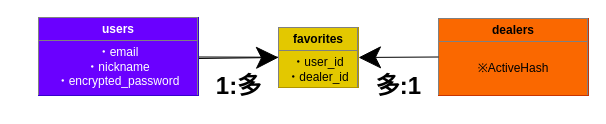
Above: page "ページ1" (1 of 2) of quickbuyer.dio in unagianago/quickbuyer (draw.io), before the change. Source tidied: cells renumbered, new cells numbered last; positions are measured from the earlier drawing's top-left corner, leaving out a move shared by most shapes. Both pictures are drawn from the tidied source at 100%, with x=0, y=0 at pixel (38, 17).
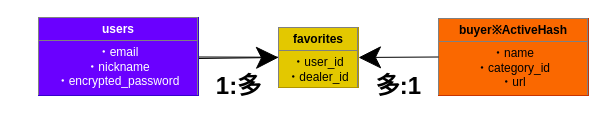
After the change.

What changed in the source:
```diff
@@
 <mxGraphModel>
   <root>
     <mxCell id="0" />
     <mxCell id="1" parent="0" />
     <mxCell id="2" style="edgeStyle=none;html=1;exitX=1;exitY=0.5;exitDx=0;exitDy=0;entryX=0;entryY=0.5;entryDx=0;entryDy=0;endSize=20;" parent="1" edge="1" target="5">
       <mxGeometry relative="1" as="geometry">
         <mxPoint x="160" y="41" as="sourcePoint" />
       </mxGeometry>
     </mxCell>
-    <mxCell id="3" value="&lt;table border=&quot;1&quot; width=&quot;100%&quot; height=&quot;100%&quot; cellpadding=&quot;4&quot; style=&quot;width:100%;height:100%;border-collapse:collapse;&quot;&gt;&lt;tbody&gt;&lt;tr&gt;&lt;th align=&quot;center&quot;&gt;dealers&lt;/th&gt;&lt;/tr&gt;&lt;tr&gt;&lt;td align=&quot;center&quot;&gt;&lt;br&gt;※ActiveHash&lt;br&gt;&lt;br&gt;&lt;br&gt;&lt;br&gt;&lt;br&gt;&lt;/td&gt;&lt;/tr&gt;&lt;tr&gt;&lt;td align=&quot;center&quot;&gt;&lt;br&gt;&lt;/td&gt;&lt;/tr&gt;&lt;/tbody&gt;&lt;/table&gt;" style="text;html=1;whiteSpace=wrap;strokeColor=#C73500;fillColor=#fa6800;overflow=fill;fontColor=#000000;" parent="1" vertex="1">
+    <mxCell id="3" value="&lt;table border=&quot;1&quot; width=&quot;100%&quot; height=&quot;100%&quot; cellpadding=&quot;4&quot; style=&quot;width:100%;height:100%;border-collapse:collapse;&quot;&gt;&lt;tbody&gt;&lt;tr&gt;&lt;th align=&quot;center&quot;&gt;buyer※ActiveHash&lt;/th&gt;&lt;/tr&gt;&lt;tr&gt;&lt;td align=&quot;center&quot;&gt;・name&lt;br&gt;・category_id&lt;br&gt;・url&lt;br&gt;&lt;br&gt;&lt;br&gt;&lt;br&gt;&lt;br&gt;&lt;br&gt;&lt;/td&gt;&lt;/tr&gt;&lt;tr&gt;&lt;td align=&quot;center&quot;&gt;&lt;br&gt;&lt;/td&gt;&lt;/tr&gt;&lt;/tbody&gt;&lt;/table&gt;" style="text;html=1;whiteSpace=wrap;strokeColor=#C73500;fillColor=#fa6800;overflow=fill;fontColor=#000000;" parent="1" vertex="1">
       <mxGeometry x="400" y="1" width="150" height="77" as="geometry" />
     </mxCell>
     <mxCell id="4" style="edgeStyle=none;html=1;endSize=20;entryX=1;entryY=0.5;entryDx=0;entryDy=0;exitX=0;exitY=0.5;exitDx=0;exitDy=0;startArrow=none;" parent="1" edge="1" source="8" target="5">
       <mxGeometry relative="1" as="geometry" />
     </mxCell>
     <mxCell id="5" value="&lt;table border=&quot;1&quot; width=&quot;100%&quot; height=&quot;100%&quot; cellpadding=&quot;4&quot; style=&quot;width:100%;height:100%;border-collapse:collapse;&quot;&gt;&lt;tbody&gt;&lt;tr&gt;&lt;th align=&quot;center&quot;&gt;favorites&lt;/th&gt;&lt;/tr&gt;&lt;tr&gt;&lt;td align=&quot;center&quot;&gt;・user_id&lt;br&gt;・dealer_id&lt;br&gt;&lt;br&gt;&lt;br&gt;&lt;br&gt;&lt;br&gt;&lt;br&gt;&lt;br&gt;&lt;br&gt;&lt;/td&gt;&lt;/tr&gt;&lt;tr&gt;&lt;td align=&quot;center&quot;&gt;&lt;br&gt;&lt;/td&gt;&lt;/tr&gt;&lt;/tbody&gt;&lt;/table&gt;" style="text;html=1;whiteSpace=wrap;strokeColor=#B09500;fillColor=#e3c800;overflow=fill;fontColor=#000000;" parent="1" vertex="1">
       <mxGeometry x="240" y="10" width="80" height="60" as="geometry" />
     </mxCell>
     <mxCell id="6" value="多:1" style="text;strokeColor=none;fillColor=none;html=1;fontSize=24;fontStyle=1;verticalAlign=middle;align=center;direction=south;flipV=1;flipH=1;horizontal=0;rotation=90;" parent="1" vertex="1">
       <mxGeometry x="340" y="21" width="40" height="96" as="geometry" />
     </mxCell>
     <mxCell id="7" value="1:多" style="text;strokeColor=none;fillColor=none;html=1;fontSize=24;fontStyle=1;verticalAlign=middle;align=center;direction=south;flipV=1;flipH=1;horizontal=0;rotation=90;" parent="1" vertex="1">
       <mxGeometry x="180" y="21" width="40" height="96" as="geometry" />
     </mxCell>
     <mxCell id="8" value="&lt;table border=&quot;1&quot; width=&quot;100%&quot; height=&quot;100%&quot; cellpadding=&quot;4&quot; style=&quot;width:100%;height:100%;border-collapse:collapse;&quot;&gt;&lt;tbody&gt;&lt;tr&gt;&lt;th align=&quot;center&quot;&gt;users&lt;/th&gt;&lt;/tr&gt;&lt;tr&gt;&lt;td align=&quot;center&quot;&gt;・email &lt;br&gt;・nickname&lt;br&gt;・encrypted_password&lt;br&gt;&lt;br&gt;&lt;br&gt;&lt;/td&gt;&lt;/tr&gt;&lt;tr&gt;&lt;td align=&quot;center&quot;&gt;&lt;br&gt;&lt;/td&gt;&lt;/tr&gt;&lt;/tbody&gt;&lt;/table&gt;" style="text;html=1;whiteSpace=wrap;overflow=fill;rounded=0;fillColor=#6a00ff;fontColor=#ffffff;strokeColor=#3700CC;" parent="1" vertex="1">
       <mxGeometry width="160" height="78" as="geometry" />
     </mxCell>
     <mxCell id="9" style="edgeStyle=none;html=1;exitX=0;exitY=0.5;exitDx=0;exitDy=0;entryX=1;entryY=0.5;entryDx=0;entryDy=0;endSize=20;" parent="1" edge="1" source="3" target="5">
       <mxGeometry relative="1" as="geometry" />
     </mxCell>
   </root>
 </mxGraphModel>
```
